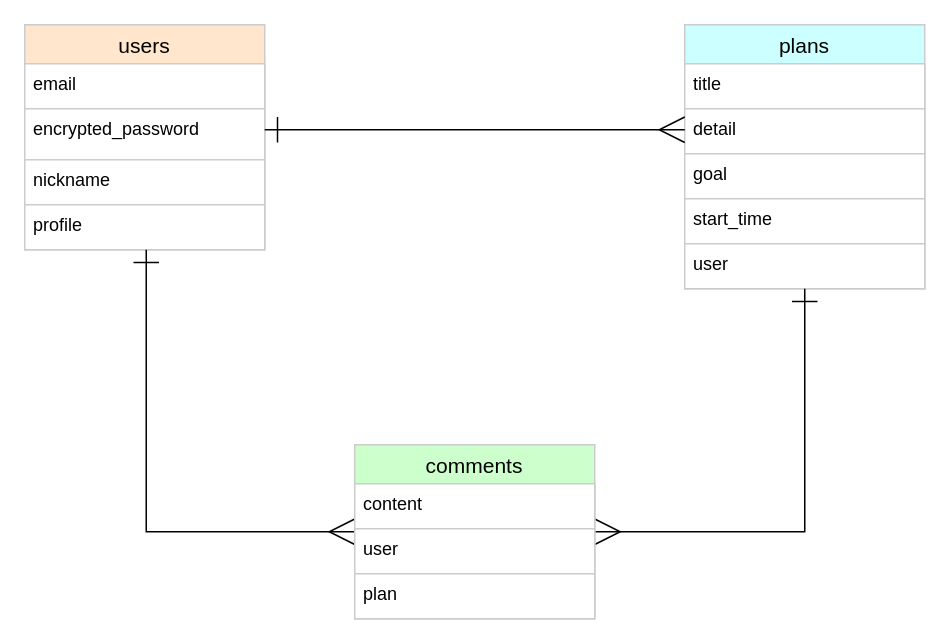
Above: test.dio in Btakizawa18/schema-40010 (draw.io), before the change. Source tidied: cells renumbered, new cells numbered last; positions are measured from the earlier drawing's top-left corner, leaving out a move shared by most shapes. Both pictures are drawn from the tidied source at 150%, with x=0, y=0 at pixel (24, 24).
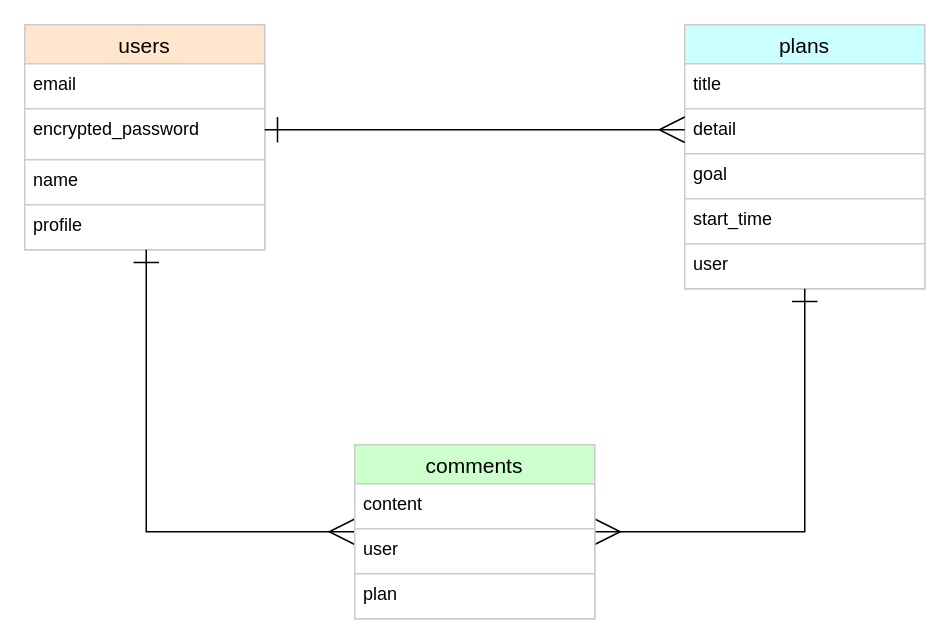
The same diagram, later.

The change refers to these unchanged cells:
```xml
<mxCell id="2" value="users" style="swimlane;fontStyle=0;horizontal=1;startSize=26;align=center;fontSize=14;gradientColor=none;swimlaneFillColor=#E6E6E6;fillColor=#FFE6CC;fontColor=#000000;strokeColor=#CCCCCC;" parent="1" vertex="1">
  <mxGeometry width="160" height="150" as="geometry" />
</mxCell>
```

The edit, as a diff of the source:
```diff
@@
-    <mxCell id="5" value="nickname" style="text;strokeColor=#CCCCCC;fillColor=#FFFFFF;spacingLeft=4;spacingRight=4;overflow=hidden;fontSize=12;fontColor=#000000;" parent="2" vertex="1">
+    <mxCell id="5" value="name" style="text;strokeColor=#CCCCCC;fillColor=#FFFFFF;spacingLeft=4;spacingRight=4;overflow=hidden;fontSize=12;fontColor=#000000;" parent="2" vertex="1">
       <mxGeometry y="90" width="160" height="30" as="geometry" />
     </mxCell>
```
